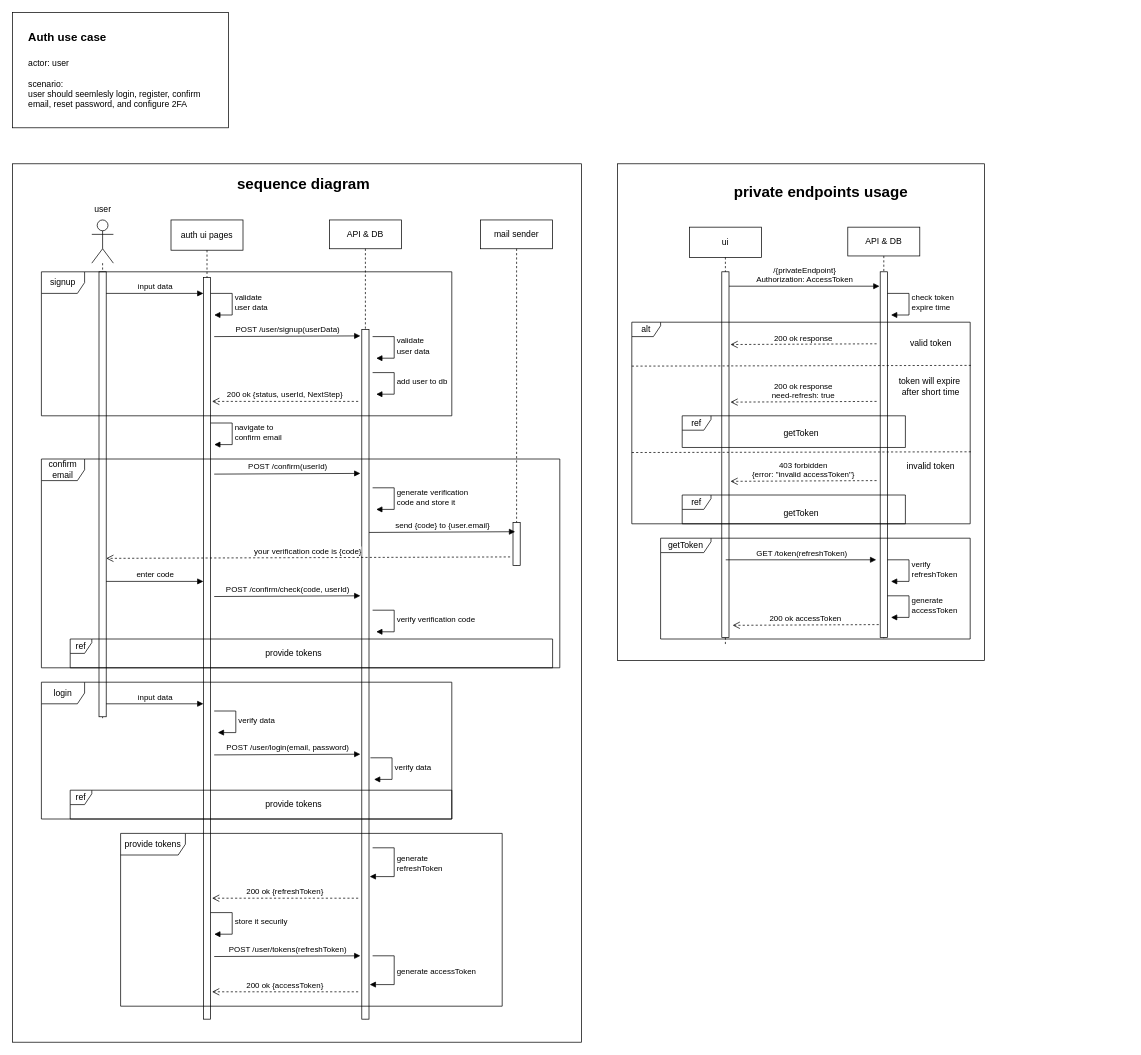
This is page "Auth" (3 of 4) of pamylka - general.drawio from ahmed-elbehairy7/pamylka-system-design, a draw.io file, before an edit. Source tidied: cells renumbered, new cells numbered last; positions are measured from the earlier drawing's top-left corner, leaving out a move shared by most shapes. Both pictures are drawn from the tidied source at 72%, with x=0, y=0 at pixel (12, 12).
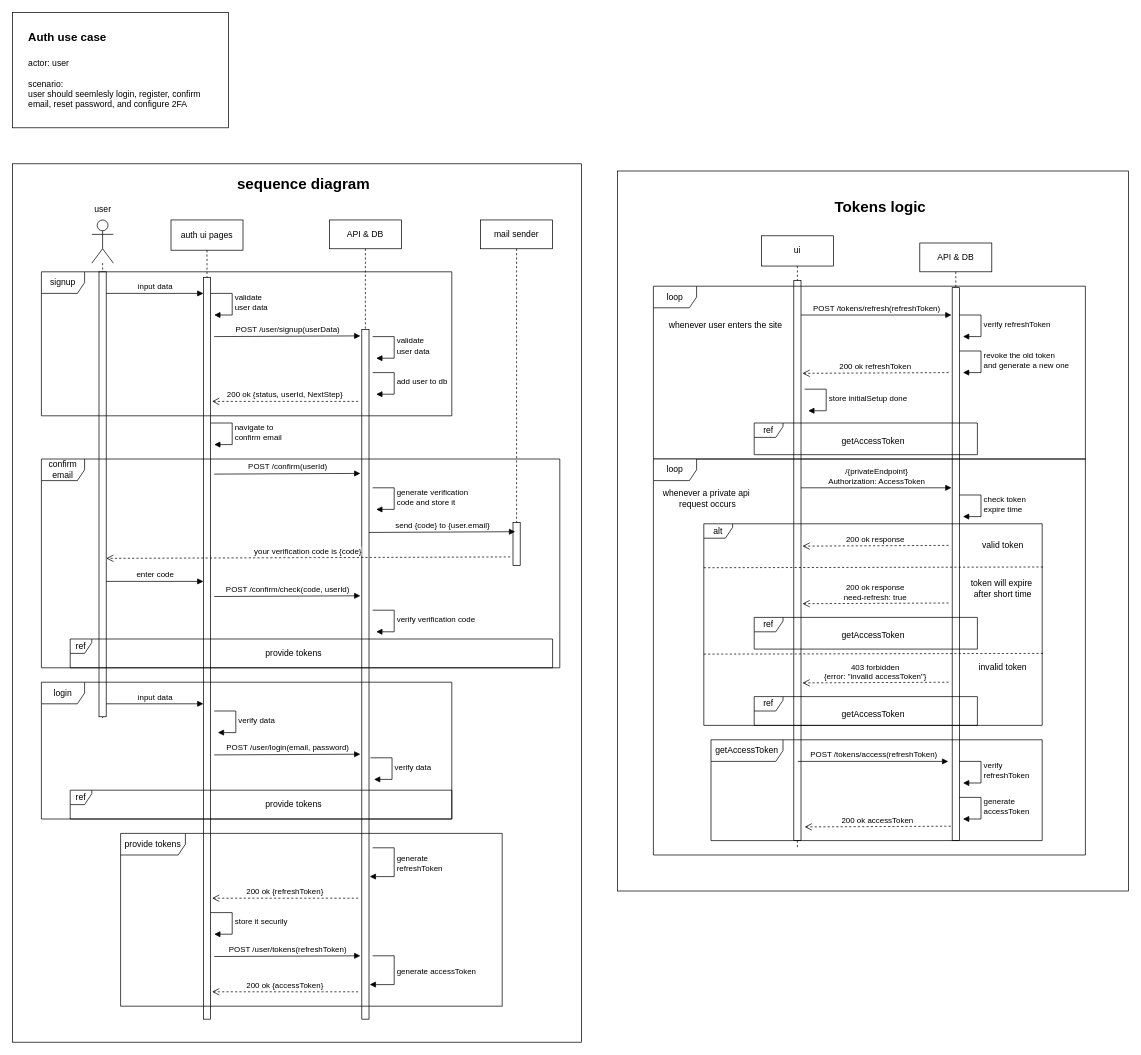
Above is the later version.

Change to the diagram source:
```diff
@@
-    <mxCell id="49" style="group;" parent="1" vertex="1">
-      <mxGeometry x="840" y="210" width="510" height="690" as="geometry" />
-    </mxCell>
-    <mxCell id="50" style="rounded=0;whiteSpace=wrap;html=1;" parent="49" vertex="1">
-      <mxGeometry width="510" height="690" as="geometry" />
-    </mxCell>
+    <mxCell id="76" style="group;" parent="1" vertex="1">
+      <mxGeometry x="840" y="220" width="710" height="1000" as="geometry" />
+    </mxCell>
+    <mxCell id="77" style="rounded=0;whiteSpace=wrap;html=1;" parent="76" vertex="1">
+      <mxGeometry width="710" height="1000" as="geometry" />
+    </mxCell>
-    <mxCell id="51" value="ui" style="shape=umlLifeline;perimeter=lifelinePerimeter;whiteSpace=wrap;html=1;newEdgeStyle={&quot;curved&quot;:0,&quot;rounded&quot;:0};size=42;" parent="49" vertex="1">
-      <mxGeometry x="100" y="88" width="100" height="582" as="geometry" />
+    <mxCell id="51" value="ui" style="shape=umlLifeline;perimeter=lifelinePerimeter;whiteSpace=wrap;html=1;newEdgeStyle={&quot;curved&quot;:0,&quot;rounded&quot;:0};size=42;" parent="76" vertex="1">
+      <mxGeometry x="200" y="90" width="100" height="850" as="geometry" />
     </mxCell>
-    <mxCell id="52" style="html=1;perimeter=orthogonalPerimeter;targetShapes=umlLifeline;newEdgeStyle={&quot;curved&quot;:0,&quot;rounded&quot;:0};" parent="51" vertex="1">
-      <mxGeometry x="45" y="62" width="10" height="508" as="geometry" />
-    </mxCell>
+    <mxCell id="78" style="html=1;perimeter=orthogonalPerimeter;targetShapes=umlLifeline;newEdgeStyle={&quot;curved&quot;:0,&quot;rounded&quot;:0};" parent="51" vertex="1">
+      <mxGeometry x="45" y="62" width="10" height="778" as="geometry" />
+    </mxCell>
-    <mxCell id="53" value="API &amp;amp; DB" style="shape=umlLifeline;perimeter=lifelinePerimeter;whiteSpace=wrap;html=1;newEdgeStyle={&quot;curved&quot;:0,&quot;rounded&quot;:0};" parent="49" vertex="1">
-      <mxGeometry x="320" y="88" width="100" height="572" as="geometry" />
+    <mxCell id="53" value="API &amp;amp; DB" style="shape=umlLifeline;perimeter=lifelinePerimeter;whiteSpace=wrap;html=1;newEdgeStyle={&quot;curved&quot;:0,&quot;rounded&quot;:0};" parent="76" vertex="1">
+      <mxGeometry x="420" y="100" width="100" height="830" as="geometry" />
     </mxCell>
-    <mxCell id="54" style="html=1;perimeter=orthogonalPerimeter;targetShapes=umlLifeline;newEdgeStyle={&quot;curved&quot;:0,&quot;rounded&quot;:0};" parent="53" vertex="1">
-      <mxGeometry x="45" y="62" width="10" height="508" as="geometry" />
-    </mxCell>
-    <mxCell id="55" value="&lt;b&gt;private endpoints usage&lt;/b&gt;" style="text;html=1;align=left;verticalAlign=middle;strokeColor=none;fillColor=none;fontSize=21;" parent="49" vertex="1">
-      <mxGeometry x="160" y="18" width="270" height="40" as="geometry" />
-    </mxCell>
+    <mxCell id="79" style="html=1;perimeter=orthogonalPerimeter;targetShapes=umlLifeline;newEdgeStyle={&quot;curved&quot;:0,&quot;rounded&quot;:0};" parent="53" vertex="1">
+      <mxGeometry x="45" y="62" width="10" height="768" as="geometry" />
+    </mxCell>
+    <mxCell id="80" value="&lt;b&gt;Tokens logic&lt;/b&gt;" style="text;html=1;align=left;verticalAlign=middle;strokeColor=none;fillColor=none;fontSize=21;" parent="76" vertex="1">
+      <mxGeometry x="300" y="30" width="150" height="40" as="geometry" />
+    </mxCell>
-    <mxCell id="56" value="/{privateEndpoint}&lt;div&gt;Authorization: AccessToken&lt;/div&gt;" style="html=1;verticalAlign=bottom;endArrow=block;curved=0;rounded=0;" parent="49" edge="1">
+    <mxCell id="56" value="/{privateEndpoint}&lt;div&gt;Authorization: AccessToken&lt;/div&gt;" style="html=1;verticalAlign=bottom;endArrow=block;curved=0;rounded=0;" parent="76" edge="1">
       <mxGeometry relative="1" as="geometry">
-        <mxPoint x="155" y="170" as="sourcePoint" />
-        <mxPoint x="364" y="170" as="targetPoint" />
+        <mxPoint x="255" y="440" as="sourcePoint" />
+        <mxPoint x="464" y="440" as="targetPoint" />
       </mxGeometry>
     </mxCell>
-    <mxCell id="57" value="alt" style="shape=umlFrame;whiteSpace=wrap;html=1;width=40;height=20;" parent="49" vertex="1">
-      <mxGeometry x="20" y="220" width="470" height="280" as="geometry" />
+    <mxCell id="57" value="alt" style="shape=umlFrame;whiteSpace=wrap;html=1;width=40;height=20;" parent="76" vertex="1">
+      <mxGeometry x="120" y="490" width="470" height="280" as="geometry" />
     </mxCell>
-    <mxCell id="58" value="valid token" style="text;html=1;align=center;verticalAlign=middle;strokeColor=none;fillColor=none;" parent="49" vertex="1">
-      <mxGeometry x="395" y="235" width="80" height="30" as="geometry" />
+    <mxCell id="58" value="valid token" style="text;html=1;align=center;verticalAlign=middle;strokeColor=none;fillColor=none;" parent="76" vertex="1">
+      <mxGeometry x="495" y="505" width="80" height="30" as="geometry" />
     </mxCell>
-    <mxCell id="59" value="200 ok accessToken" style="html=1;verticalAlign=bottom;endArrow=open;dashed=1;endSize=8;curved=0;rounded=0;" parent="49" edge="1">
+    <mxCell id="59" value="200 ok accessToken" style="html=1;verticalAlign=bottom;endArrow=open;dashed=1;endSize=8;curved=0;rounded=0;" parent="76" edge="1">
       <mxGeometry relative="1" as="geometry">
-        <mxPoint x="363" y="640" as="sourcePoint" />
-        <mxPoint x="160" y="641" as="targetPoint" />
+        <mxPoint x="463" y="910" as="sourcePoint" />
+        <mxPoint x="260" y="911" as="targetPoint" />
       </mxGeometry>
     </mxCell>
-    <mxCell id="60" style="endArrow=none;dashed=1;html=1;rounded=0;" parent="49" edge="1">
-      <mxGeometry relative="1" as="geometry">
-        <mxPoint x="20" y="281" as="sourcePoint" />
-        <mxPoint x="491" y="280" as="targetPoint" />
-      </mxGeometry>
-    </mxCell>
+    <mxCell id="81" style="endArrow=none;dashed=1;html=1;rounded=0;" parent="76" edge="1">
+      <mxGeometry relative="1" as="geometry">
+        <mxPoint x="120" y="551" as="sourcePoint" />
+        <mxPoint x="591" y="550" as="targetPoint" />
+      </mxGeometry>
+    </mxCell>
-    <mxCell id="61" value="check token&amp;nbsp;&lt;div&gt;expire&amp;nbsp;&lt;span style=&quot;background-color: light-dark(#ffffff, var(--ge-dark-color, #121212)); color: light-dark(rgb(0, 0, 0), rgb(255, 255, 255));&quot;&gt;time&lt;/span&gt;&lt;/div&gt;" style="html=1;align=left;spacingLeft=2;endArrow=block;rounded=0;edgeStyle=orthogonalEdgeStyle;curved=0;rounded=0;" parent="49" edge="1">
+    <mxCell id="61" value="check token&amp;nbsp;&lt;div&gt;expire&amp;nbsp;&lt;span style=&quot;background-color: light-dark(#ffffff, var(--ge-dark-color, #121212)); color: light-dark(rgb(0, 0, 0), rgb(255, 255, 255));&quot;&gt;time&lt;/span&gt;&lt;/div&gt;" style="html=1;align=left;spacingLeft=2;endArrow=block;rounded=0;edgeStyle=orthogonalEdgeStyle;curved=0;rounded=0;" parent="76" edge="1">
       <mxGeometry relative="1" as="geometry">
-        <mxPoint x="375" y="180" as="sourcePoint" />
-        <mxPoint x="380" y="210" as="targetPoint" />
+        <mxPoint x="475" y="450" as="sourcePoint" />
+        <mxPoint x="480" y="480" as="targetPoint" />
         <Array as="points">
-          <mxPoint x="405" y="210" />
+          <mxPoint x="505" y="480" />
         </Array>
       </mxGeometry>
     </mxCell>
-    <mxCell id="62" value="200 ok response" style="html=1;verticalAlign=bottom;endArrow=open;dashed=1;endSize=8;curved=0;rounded=0;" parent="49" edge="1">
+    <mxCell id="62" value="200 ok response" style="html=1;verticalAlign=bottom;endArrow=open;dashed=1;endSize=8;curved=0;rounded=0;" parent="76" edge="1">
       <mxGeometry relative="1" as="geometry">
-        <mxPoint x="360" y="250" as="sourcePoint" />
-        <mxPoint x="157" y="251" as="targetPoint" />
+        <mxPoint x="460" y="520" as="sourcePoint" />
+        <mxPoint x="257" y="521" as="targetPoint" />
       </mxGeometry>
     </mxCell>
-    <mxCell id="63" value="GET /token(refreshToken)" style="html=1;verticalAlign=bottom;endArrow=block;curved=0;rounded=0;" parent="49" edge="1">
-      <mxGeometry relative="1" as="geometry">
-        <mxPoint x="150.5" y="550" as="sourcePoint" />
-        <mxPoint x="359.5" y="550" as="targetPoint" />
-      </mxGeometry>
-    </mxCell>
-    <mxCell id="64" value="getToken" style="text;html=1;align=center;verticalAlign=middle;strokeColor=none;fillColor=none;" parent="49" vertex="1">
-      <mxGeometry x="220" y="360" width="70" height="30" as="geometry" />
-    </mxCell>
+    <mxCell id="82" value="POST /tokens/access(refreshToken)" style="html=1;verticalAlign=bottom;endArrow=block;curved=0;rounded=0;" parent="76" edge="1">
+      <mxGeometry relative="1" as="geometry">
+        <mxPoint x="250.5" y="820" as="sourcePoint" />
+        <mxPoint x="459.5" y="820" as="targetPoint" />
+      </mxGeometry>
+    </mxCell>
+    <mxCell id="83" value="getAccessToken" style="text;html=1;align=center;verticalAlign=middle;strokeColor=none;fillColor=none;" parent="76" vertex="1">
+      <mxGeometry x="300" y="630" width="110" height="30" as="geometry" />
+    </mxCell>
-    <mxCell id="65" value="token will expire&amp;nbsp;&lt;div&gt;after short time&lt;/div&gt;" style="text;html=1;align=center;verticalAlign=middle;strokeColor=none;fillColor=none;" parent="49" vertex="1">
-      <mxGeometry x="380" y="290" width="110" height="40" as="geometry" />
+    <mxCell id="65" value="token will expire&amp;nbsp;&lt;div&gt;after short time&lt;/div&gt;" style="text;html=1;align=center;verticalAlign=middle;strokeColor=none;fillColor=none;" parent="76" vertex="1">
+      <mxGeometry x="480" y="560" width="110" height="40" as="geometry" />
     </mxCell>
-    <mxCell id="66" value="200 ok response&lt;div&gt;need-refresh: true&lt;/div&gt;" style="html=1;verticalAlign=bottom;endArrow=open;dashed=1;endSize=8;curved=0;rounded=0;" parent="49" edge="1">
+    <mxCell id="66" value="200 ok response&lt;div&gt;need-refresh: true&lt;/div&gt;" style="html=1;verticalAlign=bottom;endArrow=open;dashed=1;endSize=8;curved=0;rounded=0;" parent="76" edge="1">
       <mxGeometry relative="1" as="geometry">
-        <mxPoint x="360" y="330" as="sourcePoint" />
-        <mxPoint x="157" y="331" as="targetPoint" />
+        <mxPoint x="460" y="600" as="sourcePoint" />
+        <mxPoint x="257" y="601" as="targetPoint" />
       </mxGeometry>
     </mxCell>
-    <mxCell id="67" value="ref" style="shape=umlFrame;whiteSpace=wrap;html=1;width=40;height=20;" parent="49" vertex="1">
-      <mxGeometry x="90" y="350" width="310" height="44" as="geometry" />
-    </mxCell>
-    <mxCell id="68" style="endArrow=none;dashed=1;html=1;rounded=0;" parent="49" edge="1">
-      <mxGeometry relative="1" as="geometry">
-        <mxPoint x="20" y="401" as="sourcePoint" />
-        <mxPoint x="491" y="400" as="targetPoint" />
-      </mxGeometry>
-    </mxCell>
+    <mxCell id="84" value="ref" style="shape=umlFrame;whiteSpace=wrap;html=1;width=40;height=20;" parent="76" vertex="1">
+      <mxGeometry x="190" y="620" width="310" height="44" as="geometry" />
+    </mxCell>
+    <mxCell id="85" style="endArrow=none;dashed=1;html=1;rounded=0;" parent="76" edge="1">
+      <mxGeometry relative="1" as="geometry">
+        <mxPoint x="120" y="671" as="sourcePoint" />
+        <mxPoint x="591" y="670" as="targetPoint" />
+      </mxGeometry>
+    </mxCell>
-    <mxCell id="69" value="invalid token" style="text;html=1;align=center;verticalAlign=middle;strokeColor=none;fillColor=none;" parent="49" vertex="1">
-      <mxGeometry x="390" y="405" width="90" height="30" as="geometry" />
+    <mxCell id="69" value="invalid token" style="text;html=1;align=center;verticalAlign=middle;strokeColor=none;fillColor=none;" parent="76" vertex="1">
+      <mxGeometry x="490" y="675" width="90" height="30" as="geometry" />
     </mxCell>
-    <mxCell id="70" value="403 forbidden&lt;div&gt;{error: &quot;invalid accessToken&quot;}&lt;/div&gt;" style="html=1;verticalAlign=bottom;endArrow=open;dashed=1;endSize=8;curved=0;rounded=0;" parent="49" edge="1">
+    <mxCell id="70" value="403 forbidden&lt;div&gt;{error: &quot;invalid accessToken&quot;}&lt;/div&gt;" style="html=1;verticalAlign=bottom;endArrow=open;dashed=1;endSize=8;curved=0;rounded=0;" parent="76" edge="1">
       <mxGeometry relative="1" as="geometry">
-        <mxPoint x="360" y="440" as="sourcePoint" />
-        <mxPoint x="157" y="441" as="targetPoint" />
+        <mxPoint x="460" y="710" as="sourcePoint" />
+        <mxPoint x="257" y="711" as="targetPoint" />
       </mxGeometry>
     </mxCell>
-    <mxCell id="71" value="getToken" style="text;html=1;align=center;verticalAlign=middle;strokeColor=none;fillColor=none;" parent="49" vertex="1">
-      <mxGeometry x="220" y="470" width="70" height="30" as="geometry" />
-    </mxCell>
-    <mxCell id="72" value="ref" style="shape=umlFrame;whiteSpace=wrap;html=1;width=40;height=20;" parent="49" vertex="1">
-      <mxGeometry x="90" y="460" width="310" height="40" as="geometry" />
-    </mxCell>
-    <mxCell id="73" value="getToken" style="shape=umlFrame;whiteSpace=wrap;html=1;width=70;height=20;" parent="49" vertex="1">
-      <mxGeometry x="60" y="520" width="430" height="140" as="geometry" />
-    </mxCell>
+    <mxCell id="86" value="getAccessToken" style="text;html=1;align=center;verticalAlign=middle;strokeColor=none;fillColor=none;" parent="76" vertex="1">
+      <mxGeometry x="300" y="740" width="110" height="30" as="geometry" />
+    </mxCell>
+    <mxCell id="87" value="ref" style="shape=umlFrame;whiteSpace=wrap;html=1;width=40;height=20;" parent="76" vertex="1">
+      <mxGeometry x="190" y="730" width="310" height="40" as="geometry" />
+    </mxCell>
+    <mxCell id="88" value="getAccessToken" style="shape=umlFrame;whiteSpace=wrap;html=1;width=100;height=30;" parent="76" vertex="1">
+      <mxGeometry x="130" y="790" width="460" height="140" as="geometry" />
+    </mxCell>
-    <mxCell id="74" value="verify&amp;nbsp;&lt;div&gt;refreshToken&lt;/div&gt;" style="html=1;align=left;spacingLeft=2;endArrow=block;rounded=0;edgeStyle=orthogonalEdgeStyle;curved=0;rounded=0;" parent="49" edge="1">
+    <mxCell id="74" value="verify&amp;nbsp;&lt;div&gt;refreshToken&lt;/div&gt;" style="html=1;align=left;spacingLeft=2;endArrow=block;rounded=0;edgeStyle=orthogonalEdgeStyle;curved=0;rounded=0;" parent="76" edge="1">
       <mxGeometry relative="1" as="geometry">
-        <mxPoint x="375" y="550" as="sourcePoint" />
-        <mxPoint x="380" y="580" as="targetPoint" />
+        <mxPoint x="475" y="820" as="sourcePoint" />
+        <mxPoint x="480" y="850" as="targetPoint" />
         <Array as="points">
-          <mxPoint x="405" y="580" />
+          <mxPoint x="505" y="850" />
         </Array>
       </mxGeometry>
     </mxCell>
-    <mxCell id="75" value="generate&lt;div&gt;accessToken&lt;/div&gt;" style="html=1;align=left;spacingLeft=2;endArrow=block;rounded=0;edgeStyle=orthogonalEdgeStyle;curved=0;rounded=0;" parent="49" edge="1">
+    <mxCell id="75" value="generate&lt;div&gt;accessToken&lt;/div&gt;" style="html=1;align=left;spacingLeft=2;endArrow=block;rounded=0;edgeStyle=orthogonalEdgeStyle;curved=0;rounded=0;" parent="76" edge="1">
       <mxGeometry relative="1" as="geometry">
-        <mxPoint x="375" y="600" as="sourcePoint" />
-        <mxPoint x="380" y="630" as="targetPoint" />
+        <mxPoint x="475" y="870" as="sourcePoint" />
+        <mxPoint x="480" y="900" as="targetPoint" />
         <Array as="points">
-          <mxPoint x="405" y="630" />
+          <mxPoint x="505" y="900" />
         </Array>
       </mxGeometry>
     </mxCell>
+    <mxCell id="89" value="POST /tokens/refresh(refreshToken)" style="html=1;verticalAlign=bottom;endArrow=block;curved=0;rounded=0;" parent="76" edge="1">
+      <mxGeometry relative="1" as="geometry">
+        <mxPoint x="255" y="200" as="sourcePoint" />
+        <mxPoint x="464" y="200" as="targetPoint" />
+      </mxGeometry>
+    </mxCell>
+    <mxCell id="90" value="200 ok refreshToken" style="html=1;verticalAlign=bottom;endArrow=open;dashed=1;endSize=8;curved=0;rounded=0;" parent="76" edge="1">
+      <mxGeometry relative="1" as="geometry">
+        <mxPoint x="460" y="280" as="sourcePoint" />
+        <mxPoint x="257" y="281" as="targetPoint" />
+      </mxGeometry>
+    </mxCell>
+    <mxCell id="91" value="verify refreshToken" style="html=1;align=left;spacingLeft=2;endArrow=block;rounded=0;edgeStyle=orthogonalEdgeStyle;curved=0;rounded=0;" parent="76" edge="1">
+      <mxGeometry relative="1" as="geometry">
+        <mxPoint x="475" y="200" as="sourcePoint" />
+        <mxPoint x="480" y="230" as="targetPoint" />
+        <Array as="points">
+          <mxPoint x="505" y="230" />
+        </Array>
+      </mxGeometry>
+    </mxCell>
+    <mxCell id="92" value="revoke the old token&lt;div&gt;and generate a new one&lt;/div&gt;" style="html=1;align=left;spacingLeft=2;endArrow=block;rounded=0;edgeStyle=orthogonalEdgeStyle;curved=0;rounded=0;" parent="76" edge="1">
+      <mxGeometry relative="1" as="geometry">
+        <mxPoint x="475" y="250" as="sourcePoint" />
+        <mxPoint x="480" y="280" as="targetPoint" />
+        <Array as="points">
+          <mxPoint x="505" y="280" />
+        </Array>
+      </mxGeometry>
+    </mxCell>
+    <mxCell id="93" value="ref" style="shape=umlFrame;whiteSpace=wrap;html=1;width=40;height=20;" parent="76" vertex="1">
+      <mxGeometry x="190" y="350" width="310" height="44" as="geometry" />
+    </mxCell>
+    <mxCell id="94" value="getAccessToken" style="text;html=1;align=center;verticalAlign=middle;strokeColor=none;fillColor=none;" parent="76" vertex="1">
+      <mxGeometry x="300" y="360" width="110" height="30" as="geometry" />
+    </mxCell>
+    <mxCell id="95" value="loop" style="shape=umlFrame;whiteSpace=wrap;html=1;" parent="76" vertex="1">
+      <mxGeometry x="50" y="160" width="600" height="240" as="geometry" />
+    </mxCell>
+    <mxCell id="96" value="whenever user enters the site" style="text;html=1;align=center;verticalAlign=middle;strokeColor=none;fillColor=none;" parent="76" vertex="1">
+      <mxGeometry x="60" y="200" width="180" height="30" as="geometry" />
+    </mxCell>
+    <mxCell id="97" value="store initialSetup done" style="html=1;align=left;spacingLeft=2;endArrow=block;rounded=0;edgeStyle=orthogonalEdgeStyle;curved=0;rounded=0;" parent="76" edge="1">
+      <mxGeometry relative="1" as="geometry">
+        <mxPoint x="260" y="303" as="sourcePoint" />
+        <mxPoint x="265" y="333" as="targetPoint" />
+        <Array as="points">
+          <mxPoint x="290" y="333" />
+        </Array>
+      </mxGeometry>
+    </mxCell>
+    <mxCell id="98" value="loop" style="shape=umlFrame;whiteSpace=wrap;html=1;" parent="76" vertex="1">
+      <mxGeometry x="50" y="400" width="600" height="550" as="geometry" />
+    </mxCell>
+    <mxCell id="99" value="whenever a private api&amp;nbsp;&lt;div&gt;request occurs&lt;/div&gt;" style="text;html=1;align=center;verticalAlign=middle;strokeColor=none;fillColor=none;" parent="76" vertex="1">
+      <mxGeometry x="50" y="435" width="150" height="40" as="geometry" />
+    </mxCell>
```
